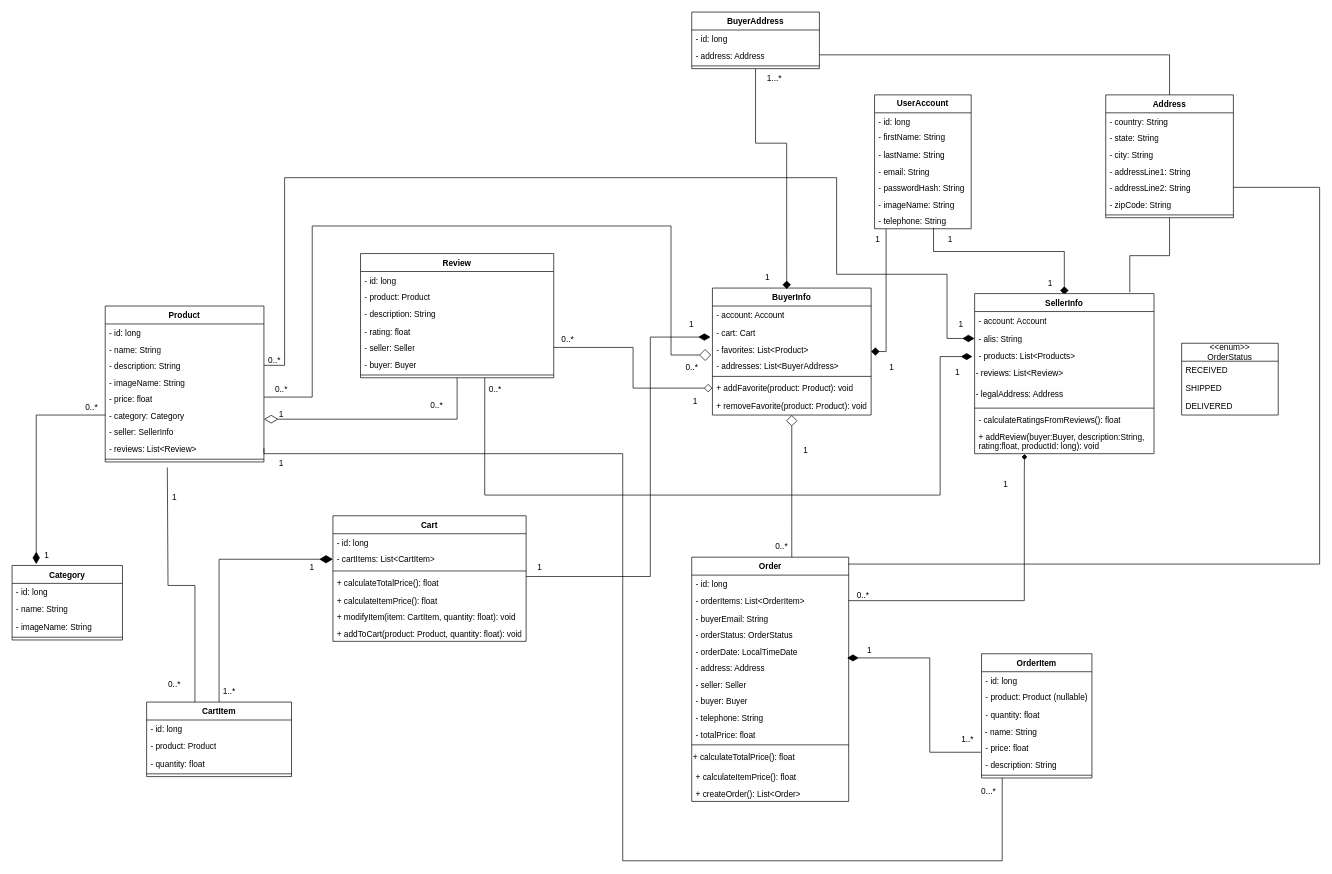
Before: page "class-diagram" (4 of 4) of use_case_diagram.drawio in VladCiobotariu/InternshipProject, a draw.io diagram. Source tidied: cells renumbered, new cells numbered last; positions are measured from the earlier drawing's top-left corner, leaving out a move shared by most shapes. Both pictures are drawn from the tidied source at 69%, with x=0, y=0 at pixel (12, 12).
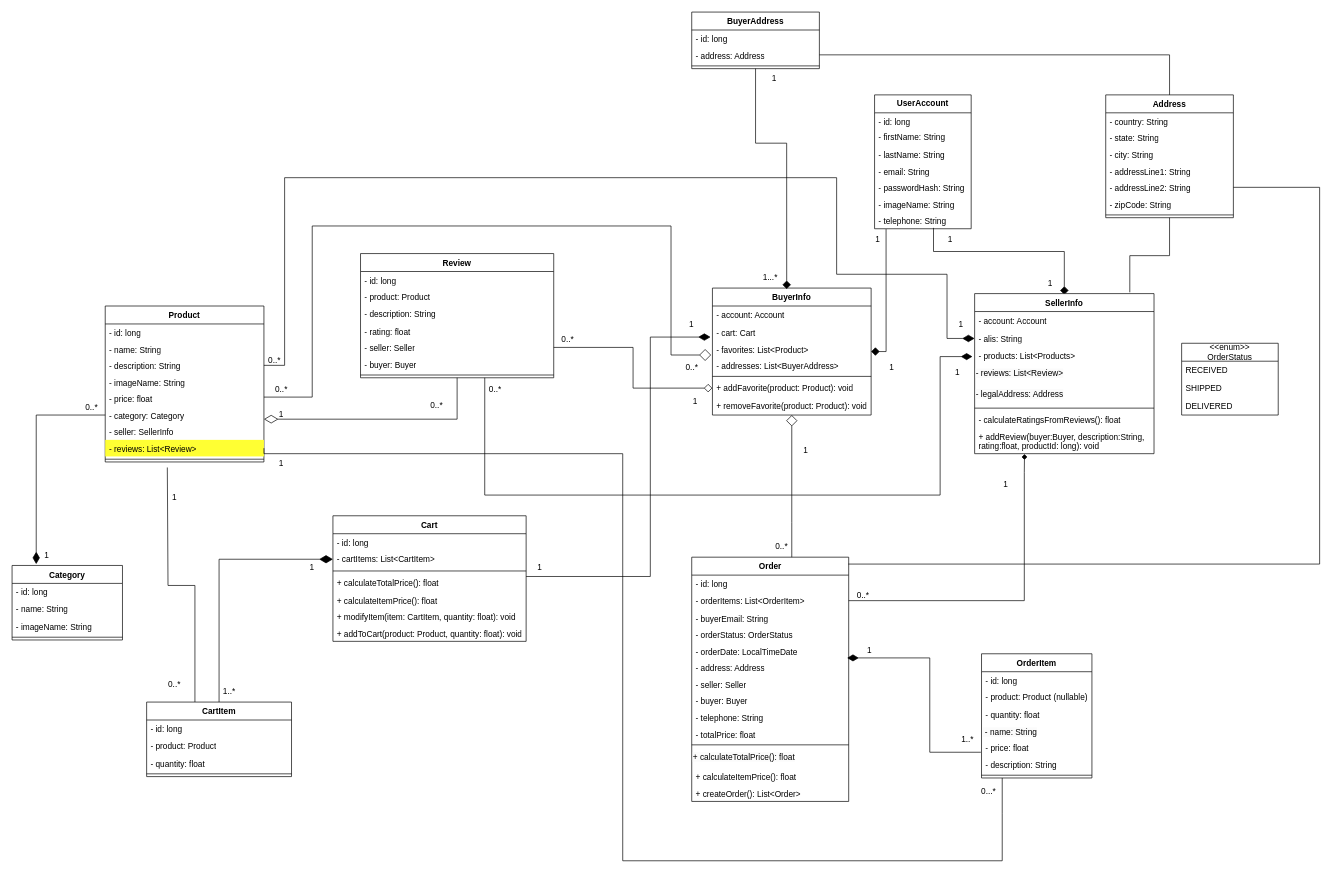
The same diagram, later.

The change refers to these unchanged cells:
```xml
<mxCell id="3" value="Product" style="swimlane;fontStyle=1;align=center;verticalAlign=top;horizontal=1;startSize=26;whiteSpace=wrap;html=1;" parent="1" vertex="1">
  <mxGeometry x="135" y="426" width="230" height="226" as="geometry" />
</mxCell>
```

The edit, as a diff of the source:
```diff
@@
-    <mxCell id="11" value="- reviews: List&amp;lt;Review&amp;gt;" style="text;strokeColor=none;fillColor=none;align=left;verticalAlign=top;spacingLeft=4;spacingRight=4;overflow=hidden;points=[[0,0.5],[1,0.5]];portConstraint=eastwest;whiteSpace=wrap;html=1;" parent="3" vertex="1">
+    <mxCell id="11" value="- reviews: List&amp;lt;Review&amp;gt;" style="text;strokeColor=none;fillColor=#FFFF33;align=left;verticalAlign=top;spacingLeft=4;spacingRight=4;overflow=hidden;points=[[0,0.5],[1,0.5]];portConstraint=eastwest;whiteSpace=wrap;html=1;" parent="3" vertex="1">
       <mxGeometry y="194" width="230" height="24" as="geometry" />
     </mxCell>
@@
     <mxCell id="143" value="1" style="text;html=1;strokeColor=none;fillColor=none;align=center;verticalAlign=middle;whiteSpace=wrap;rounded=0;" parent="1" vertex="1">
-      <mxGeometry x="1065" y="370" width="60" height="30" as="geometry" />
+      <mxGeometry x="1075" y="82" width="60" height="30" as="geometry" />
     </mxCell>
     <mxCell id="144" value="1...*" style="text;html=1;strokeColor=none;fillColor=none;align=center;verticalAlign=middle;whiteSpace=wrap;rounded=0;" parent="1" vertex="1">
-      <mxGeometry x="1075" y="82" width="60" height="30" as="geometry" />
+      <mxGeometry x="1068.8" y="370" width="60" height="30" as="geometry" />
     </mxCell>
```
